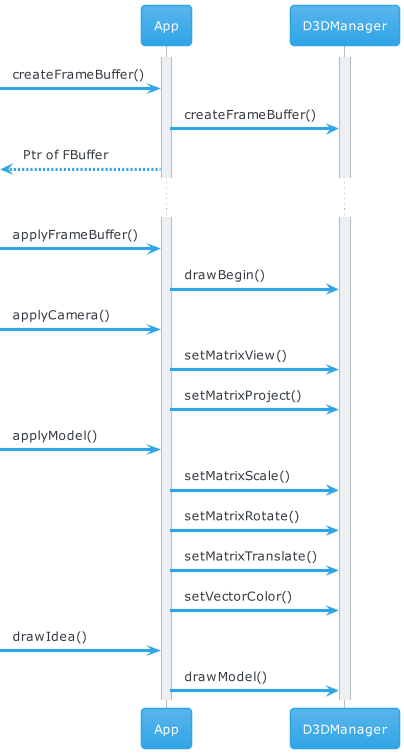
Earlier version of the PlantUML export uml/uml_001.png (Tengu712/th_abp).
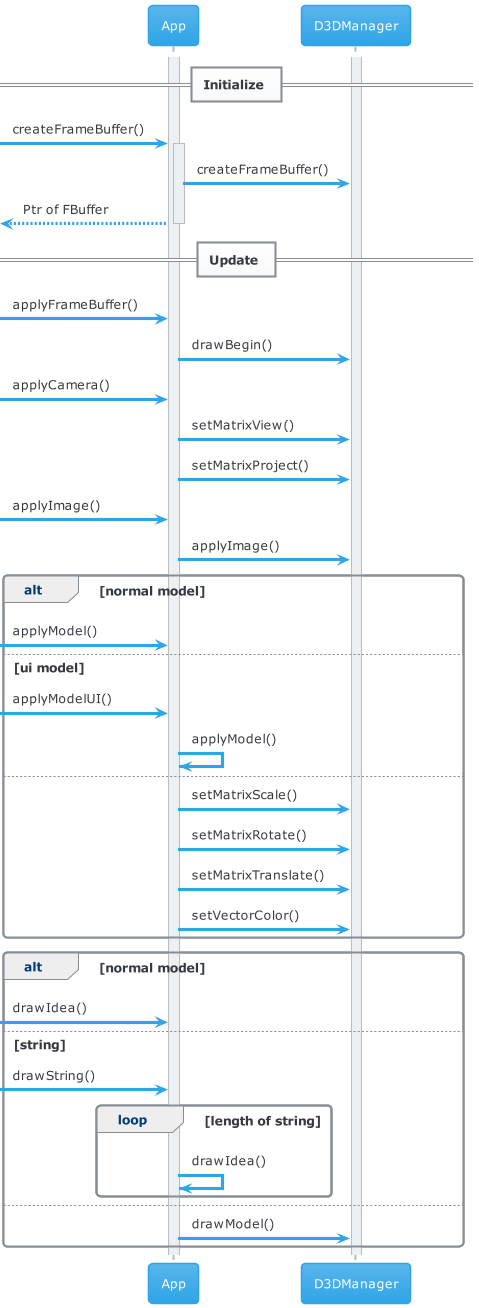
After the commit.

What changed in the source:
```diff
@@ -1,21 +1,40 @@
 @startuml
 !theme cerulean
+== Initialize ==
 Activate App
 Activate D3DManager
 [->App: createFrameBuffer()
+Activate App
 App->D3DManager: createFrameBuffer()
 App-->[: Ptr of FBuffer
-...
+Deactivate App
+== Update ==
 [->App: applyFrameBuffer()
 App->D3DManager: drawBegin()
 [->App: applyCamera()
 App->D3DManager: setMatrixView()
 App->D3DManager: setMatrixProject()
-[->App: applyModel()
-App->D3DManager: setMatrixScale()
-App->D3DManager: setMatrixRotate()
-App->D3DManager: setMatrixTranslate()
-App->D3DManager: setVectorColor()
-[->App: drawIdea()
-App->D3DManager: drawModel()
+[->App: applyImage()
+App->D3DManager: applyImage()
+alt normal model
+  [->App: applyModel()
+else ui model
+  [->App: applyModelUI()
+  App->App: applyModel()
+else
+  App->D3DManager: setMatrixScale()
+  App->D3DManager: setMatrixRotate()
+  App->D3DManager: setMatrixTranslate()
+  App->D3DManager: setVectorColor()
+end
+alt normal model
+  [->App: drawIdea()
+else string
+  [->App: drawString()
+  loop length of string
+    App->App: drawIdea()
+  end
+else
+  App->D3DManager: drawModel()
+end
 @enduml
```
